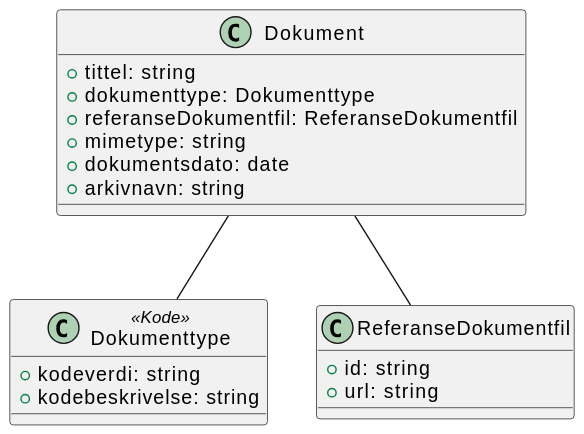
This is Dokumentasjon/V2/ClassDiagrams/no.ks.fiks.plan.v2.felles.dokument/dokument.svg from ks-no/fiks-plan-specification, a PlantUML export, as it was before one commit. Source of this version:
```plantuml
@startuml
class Dokument {
    +tittel: string
    +dokumenttype: Dokumenttype
    +referanseDokumentfil: ReferanseDokumentfil
    +mimetype: string
    +dokumentsdato: date
    +arkivnavn: string
}

Dokument -- Dokumenttype
Dokument -- ReferanseDokumentfil

class Dokumenttype <<Kode>> {
    +kodeverdi: string
    +kodebeskrivelse: string
}

class ReferanseDokumentfil {
    +id: string
    +url: string
}
@enduml
```
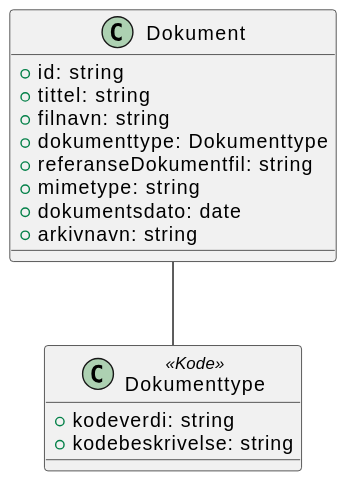
Above is the later version.

Commit message:
Fikset at plantUML modellene ikke stemte overens med json schema og la til forklaring på arkivnavn typen (#130)

Diff of the diagram source:
```diff
@@ -1,23 +1,19 @@
 @startuml
 class Dokument {
+    +id: string
     +tittel: string
+    +filnavn: string
     +dokumenttype: Dokumenttype
-    +referanseDokumentfil: ReferanseDokumentfil
+    +referanseDokumentfil: string
     +mimetype: string
     +dokumentsdato: date
     +arkivnavn: string
 }
 
 Dokument -- Dokumenttype
-Dokument -- ReferanseDokumentfil
 
 class Dokumenttype <<Kode>> {
     +kodeverdi: string
     +kodebeskrivelse: string
 }
-
-class ReferanseDokumentfil {
-    +id: string
-    +url: string
-}
 @enduml
```
